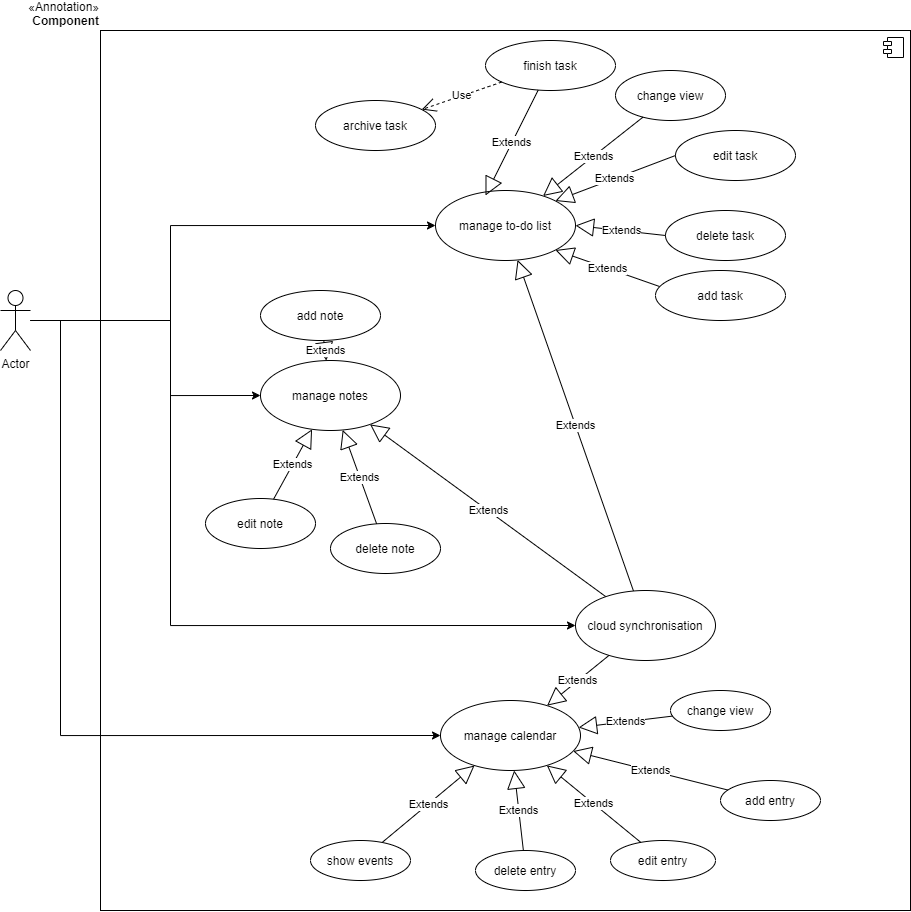
Hannes5612/OrgaTool keeps this draw.io diagram as UML/UML.png. Above is the earlier version. Source tidied: cells renumbered, new cells last; positions are measured from the earlier drawing's top-left corner, leaving out a move shared by most shapes. Its diagram source:
```xml
<mxGraphModel background="#ffffff">
  <root>
    <mxCell id="0" />
    <mxCell id="1" parent="0" />
    <mxCell id="2" value="&amp;laquo;Annotation&amp;raquo;&lt;br/&gt;&lt;b&gt;Component&lt;/b&gt;" style="html=1;labelPosition=left;verticalLabelPosition=top;align=right;verticalAlign=bottom;" parent="1" vertex="1">
      <mxGeometry x="100" width="810" height="880" as="geometry" />
    </mxCell>
    <mxCell id="3" style="shape=component;jettyWidth=8;jettyHeight=4;" parent="2" vertex="1">
      <mxGeometry x="1" width="20" height="20" relative="1" as="geometry">
        <mxPoint x="-27" y="7" as="offset" />
      </mxGeometry>
    </mxCell>
    <mxCell id="4" value="manage to-do list" style="ellipse;whiteSpace=wrap;html=1;" parent="1" vertex="1">
      <mxGeometry x="435" y="160" width="140" height="70" as="geometry" />
    </mxCell>
    <mxCell id="5" value="archive task" style="ellipse;whiteSpace=wrap;html=1;" parent="1" vertex="1">
      <mxGeometry x="315" y="70" width="120" height="50" as="geometry" />
    </mxCell>
    <mxCell id="6" value="manage notes" style="ellipse;whiteSpace=wrap;html=1;" parent="1" vertex="1">
      <mxGeometry x="260" y="330" width="140" height="70" as="geometry" />
    </mxCell>
    <mxCell id="7" value="Extends" style="endArrow=block;endSize=16;endFill=0;html=1;" parent="1" edge="1" source="9" target="4">
      <mxGeometry relative="1" as="geometry" />
    </mxCell>
    <mxCell id="8" value="Extends" style="endArrow=block;endSize=16;endFill=0;html=1;" parent="1" edge="1" source="9" target="6">
      <mxGeometry relative="1" as="geometry" />
    </mxCell>
    <mxCell id="9" value="cloud synchronisation" style="ellipse;whiteSpace=wrap;html=1;" parent="1" vertex="1">
      <mxGeometry x="575" y="560" width="140" height="70" as="geometry" />
    </mxCell>
    <mxCell id="10" value="add task" style="ellipse;whiteSpace=wrap;html=1;" parent="1" vertex="1">
      <mxGeometry x="655" y="240" width="130" height="50" as="geometry" />
    </mxCell>
    <mxCell id="11" value="delete task" style="ellipse;whiteSpace=wrap;html=1;" parent="1" vertex="1">
      <mxGeometry x="665" y="180" width="120" height="50" as="geometry" />
    </mxCell>
    <mxCell id="12" value="edit task" style="ellipse;whiteSpace=wrap;html=1;" parent="1" vertex="1">
      <mxGeometry x="675" y="100" width="120" height="50" as="geometry" />
    </mxCell>
    <mxCell id="13" value="Extends" style="endArrow=block;endSize=16;endFill=0;html=1;exitX=0.031;exitY=0.32;exitDx=0;exitDy=0;exitPerimeter=0;entryX=1;entryY=1;entryDx=0;entryDy=0;" parent="1" edge="1" source="10" target="4">
      <mxGeometry relative="1" as="geometry" />
    </mxCell>
    <mxCell id="14" value="Extends" style="endArrow=block;endSize=16;endFill=0;html=1;exitX=0;exitY=0.5;exitDx=0;exitDy=0;entryX=1;entryY=0.5;entryDx=0;entryDy=0;" parent="1" edge="1" source="11" target="4">
      <mxGeometry relative="1" as="geometry" />
    </mxCell>
    <mxCell id="15" value="Extends" style="endArrow=block;endSize=16;endFill=0;html=1;exitX=0;exitY=0.5;exitDx=0;exitDy=0;entryX=1;entryY=0;entryDx=0;entryDy=0;" parent="1" edge="1" source="12" target="4">
      <mxGeometry relative="1" as="geometry" />
    </mxCell>
    <mxCell id="16" value="finish task" style="ellipse;whiteSpace=wrap;html=1;" parent="1" vertex="1">
      <mxGeometry x="485" y="10" width="130" height="50" as="geometry" />
    </mxCell>
    <mxCell id="17" value="Extends" style="endArrow=block;endSize=16;endFill=0;html=1;entryX=0.357;entryY=0.071;entryDx=0;entryDy=0;entryPerimeter=0;" parent="1" edge="1" source="16" target="4">
      <mxGeometry relative="1" as="geometry" />
    </mxCell>
    <mxCell id="18" value="change view" style="ellipse;whiteSpace=wrap;html=1;" parent="1" vertex="1">
      <mxGeometry x="615" y="40" width="110" height="50" as="geometry" />
    </mxCell>
    <mxCell id="19" value="Extends" style="endArrow=block;endSize=16;endFill=0;html=1;" parent="1" edge="1" source="18" target="4">
      <mxGeometry relative="1" as="geometry" />
    </mxCell>
    <mxCell id="20" value="add note" style="ellipse;whiteSpace=wrap;html=1;" parent="1" vertex="1">
      <mxGeometry x="260" y="260" width="120" height="50" as="geometry" />
    </mxCell>
    <mxCell id="21" value="delete note" style="ellipse;whiteSpace=wrap;html=1;" parent="1" vertex="1">
      <mxGeometry x="330" y="493" width="110" height="50" as="geometry" />
    </mxCell>
    <mxCell id="22" value="edit&amp;nbsp;note" style="ellipse;whiteSpace=wrap;html=1;" parent="1" vertex="1">
      <mxGeometry x="205" y="468" width="110" height="50" as="geometry" />
    </mxCell>
    <mxCell id="23" value="Extends" style="endArrow=block;endSize=16;endFill=0;html=1;" parent="1" edge="1" source="21" target="6">
      <mxGeometry relative="1" as="geometry" />
    </mxCell>
    <mxCell id="24" value="Extends" style="endArrow=block;endSize=16;endFill=0;html=1;" parent="1" edge="1" source="22" target="6">
      <mxGeometry relative="1" as="geometry" />
    </mxCell>
    <mxCell id="25" value="Extends" style="endArrow=block;endSize=16;endFill=0;html=1;" parent="1" edge="1" source="20" target="6">
      <mxGeometry relative="1" as="geometry" />
    </mxCell>
    <mxCell id="26" value="manage calendar" style="ellipse;whiteSpace=wrap;html=1;" parent="1" vertex="1">
      <mxGeometry x="440" y="670" width="140" height="70" as="geometry" />
    </mxCell>
    <mxCell id="27" value="Extends" style="endArrow=block;endSize=16;endFill=0;html=1;" parent="1" edge="1" source="9" target="26">
      <mxGeometry relative="1" as="geometry" />
    </mxCell>
    <mxCell id="28" value="change view" style="ellipse;whiteSpace=wrap;html=1;" parent="1" vertex="1">
      <mxGeometry x="670" y="660" width="100" height="40" as="geometry" />
    </mxCell>
    <mxCell id="29" value="Extends" style="endArrow=block;endSize=16;endFill=0;html=1;" parent="1" edge="1" source="28" target="26">
      <mxGeometry relative="1" as="geometry" />
    </mxCell>
    <mxCell id="30" value="add entry" style="ellipse;whiteSpace=wrap;html=1;" parent="1" vertex="1">
      <mxGeometry x="720" y="750" width="100" height="40" as="geometry" />
    </mxCell>
    <mxCell id="31" value="Extends" style="endArrow=block;endSize=16;endFill=0;html=1;" parent="1" edge="1" source="30" target="26">
      <mxGeometry relative="1" as="geometry" />
    </mxCell>
    <mxCell id="32" value="edit entry" style="ellipse;whiteSpace=wrap;html=1;" parent="1" vertex="1">
      <mxGeometry x="610" y="810" width="105" height="40" as="geometry" />
    </mxCell>
    <mxCell id="33" value="Extends" style="endArrow=block;endSize=16;endFill=0;html=1;" parent="1" edge="1" source="32" target="26">
      <mxGeometry relative="1" as="geometry" />
    </mxCell>
    <mxCell id="34" value="delete entry" style="ellipse;whiteSpace=wrap;html=1;" parent="1" vertex="1">
      <mxGeometry x="475" y="820" width="100" height="40" as="geometry" />
    </mxCell>
    <mxCell id="35" value="Extends" style="endArrow=block;endSize=16;endFill=0;html=1;" parent="1" edge="1" source="34" target="26">
      <mxGeometry relative="1" as="geometry" />
    </mxCell>
    <mxCell id="36" value="Extends" style="endArrow=block;endSize=16;endFill=0;html=1;" parent="1" edge="1" source="37" target="26">
      <mxGeometry relative="1" as="geometry" />
    </mxCell>
    <mxCell id="37" value="show events" style="ellipse;whiteSpace=wrap;html=1;" parent="1" vertex="1">
      <mxGeometry x="310" y="810" width="100" height="40" as="geometry" />
    </mxCell>
    <mxCell id="38" style="edgeStyle=orthogonalEdgeStyle;rounded=0;jettySize=auto;html=1;entryX=0;entryY=0.5;entryDx=0;entryDy=0;" parent="1" edge="1" source="42" target="6">
      <mxGeometry relative="1" as="geometry">
        <Array as="points">
          <mxPoint x="170" y="290" />
          <mxPoint x="170" y="365" />
        </Array>
      </mxGeometry>
    </mxCell>
    <mxCell id="39" style="edgeStyle=orthogonalEdgeStyle;rounded=0;jettySize=auto;html=1;entryX=0;entryY=0.5;entryDx=0;entryDy=0;" parent="1" edge="1" source="42" target="26">
      <mxGeometry relative="1" as="geometry">
        <Array as="points">
          <mxPoint x="60" y="290" />
          <mxPoint x="60" y="705" />
        </Array>
      </mxGeometry>
    </mxCell>
    <mxCell id="40" style="edgeStyle=orthogonalEdgeStyle;rounded=0;jettySize=auto;html=1;entryX=0;entryY=0.5;entryDx=0;entryDy=0;" parent="1" edge="1" source="42" target="9">
      <mxGeometry relative="1" as="geometry">
        <Array as="points">
          <mxPoint x="170" y="290" />
          <mxPoint x="170" y="595" />
        </Array>
      </mxGeometry>
    </mxCell>
    <mxCell id="41" style="edgeStyle=orthogonalEdgeStyle;rounded=0;jettySize=auto;html=1;entryX=0;entryY=0.5;entryDx=0;entryDy=0;" parent="1" edge="1" source="42" target="4">
      <mxGeometry relative="1" as="geometry">
        <Array as="points">
          <mxPoint x="170" y="290" />
          <mxPoint x="170" y="195" />
        </Array>
      </mxGeometry>
    </mxCell>
    <mxCell id="42" value="Actor" style="shape=umlActor;verticalLabelPosition=bottom;labelBackgroundColor=#ffffff;verticalAlign=top;html=1;" parent="1" vertex="1">
      <mxGeometry y="260" width="30" height="60" as="geometry" />
    </mxCell>
    <mxCell id="43" value="Use" style="endArrow=open;endSize=12;dashed=1;html=1;" parent="1" edge="1" source="16" target="5">
      <mxGeometry relative="1" as="geometry" />
    </mxCell>
  </root>
</mxGraphModel>
```
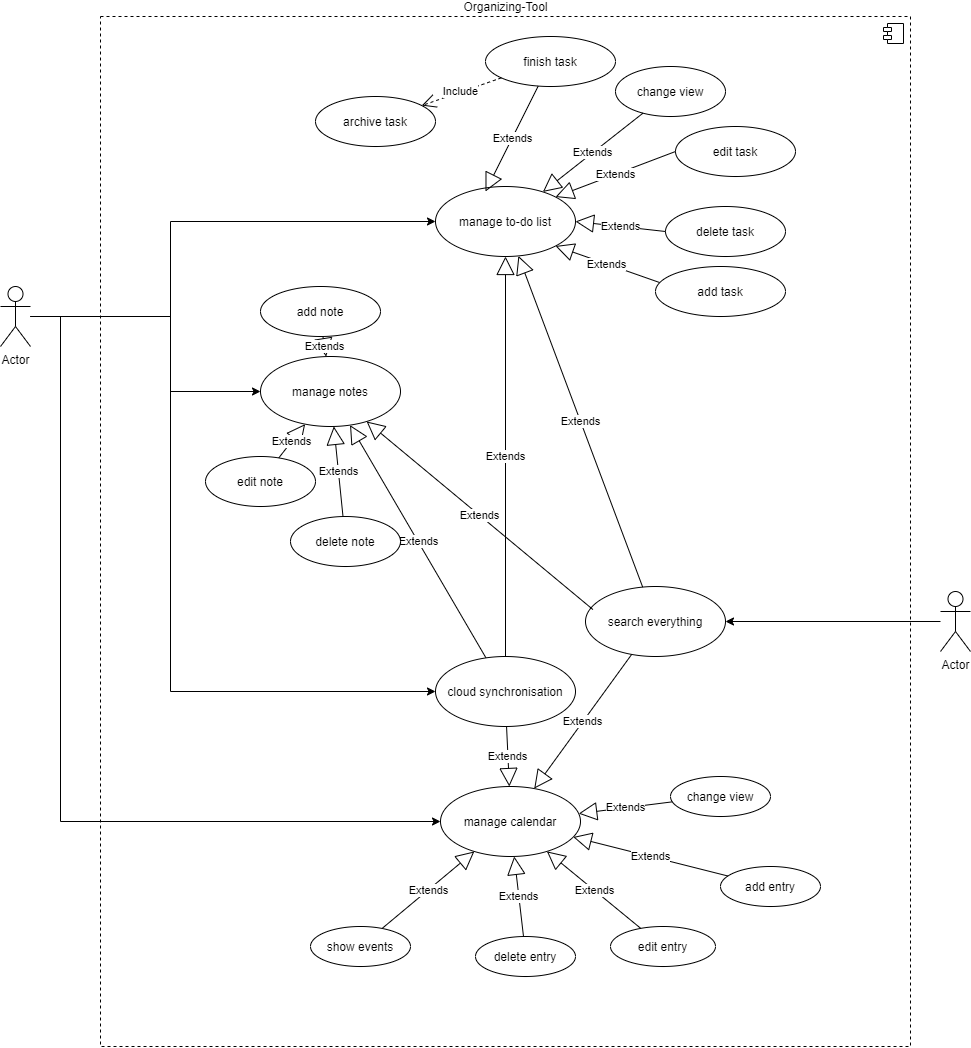
The same diagram one commit later.

Commit message:
added search functionality

Change to the diagram source:
```diff
@@ -2,8 +2,8 @@
   <root>
     <mxCell id="0" />
     <mxCell id="1" parent="0" />
-    <mxCell id="2" value="&amp;laquo;Annotation&amp;raquo;&lt;br/&gt;&lt;b&gt;Component&lt;/b&gt;" style="html=1;labelPosition=left;verticalLabelPosition=top;align=right;verticalAlign=bottom;" parent="1" vertex="1">
-      <mxGeometry x="100" width="810" height="880" as="geometry" />
+    <mxCell id="2" value="Organizing-Tool" style="html=1;labelPosition=center;verticalLabelPosition=top;align=center;verticalAlign=bottom;dashed=1;" parent="1" vertex="1">
+      <mxGeometry x="100" y="-10" width="810" height="1030" as="geometry" />
     </mxCell>
     <mxCell id="3" style="shape=component;jettyWidth=8;jettyHeight=4;" parent="2" vertex="1">
       <mxGeometry x="1" width="20" height="20" relative="1" as="geometry">
@@ -26,7 +26,7 @@
       <mxGeometry relative="1" as="geometry" />
     </mxCell>
     <mxCell id="9" value="cloud synchronisation" style="ellipse;whiteSpace=wrap;html=1;" parent="1" vertex="1">
-      <mxGeometry x="575" y="560" width="140" height="70" as="geometry" />
+      <mxGeometry x="435" y="630" width="140" height="70" as="geometry" />
     </mxCell>
     <mxCell id="10" value="add task" style="ellipse;whiteSpace=wrap;html=1;" parent="1" vertex="1">
       <mxGeometry x="655" y="240" width="130" height="50" as="geometry" />
@@ -62,10 +62,10 @@
       <mxGeometry x="260" y="260" width="120" height="50" as="geometry" />
     </mxCell>
     <mxCell id="21" value="delete note" style="ellipse;whiteSpace=wrap;html=1;" parent="1" vertex="1">
-      <mxGeometry x="330" y="493" width="110" height="50" as="geometry" />
+      <mxGeometry x="290" y="490" width="110" height="50" as="geometry" />
     </mxCell>
     <mxCell id="22" value="edit&amp;nbsp;note" style="ellipse;whiteSpace=wrap;html=1;" parent="1" vertex="1">
-      <mxGeometry x="205" y="468" width="110" height="50" as="geometry" />
+      <mxGeometry x="205" y="430" width="110" height="50" as="geometry" />
     </mxCell>
     <mxCell id="23" value="Extends" style="endArrow=block;endSize=16;endFill=0;html=1;" parent="1" edge="1" source="21" target="6">
       <mxGeometry relative="1" as="geometry" />
@@ -77,31 +77,31 @@
       <mxGeometry relative="1" as="geometry" />
     </mxCell>
     <mxCell id="26" value="manage calendar" style="ellipse;whiteSpace=wrap;html=1;" parent="1" vertex="1">
-      <mxGeometry x="440" y="670" width="140" height="70" as="geometry" />
+      <mxGeometry x="440" y="760" width="140" height="70" as="geometry" />
     </mxCell>
     <mxCell id="27" value="Extends" style="endArrow=block;endSize=16;endFill=0;html=1;" parent="1" edge="1" source="9" target="26">
       <mxGeometry relative="1" as="geometry" />
     </mxCell>
     <mxCell id="28" value="change view" style="ellipse;whiteSpace=wrap;html=1;" parent="1" vertex="1">
-      <mxGeometry x="670" y="660" width="100" height="40" as="geometry" />
+      <mxGeometry x="670" y="750" width="100" height="40" as="geometry" />
     </mxCell>
     <mxCell id="29" value="Extends" style="endArrow=block;endSize=16;endFill=0;html=1;" parent="1" edge="1" source="28" target="26">
       <mxGeometry relative="1" as="geometry" />
     </mxCell>
     <mxCell id="30" value="add entry" style="ellipse;whiteSpace=wrap;html=1;" parent="1" vertex="1">
-      <mxGeometry x="720" y="750" width="100" height="40" as="geometry" />
+      <mxGeometry x="720" y="840" width="100" height="40" as="geometry" />
     </mxCell>
     <mxCell id="31" value="Extends" style="endArrow=block;endSize=16;endFill=0;html=1;" parent="1" edge="1" source="30" target="26">
       <mxGeometry relative="1" as="geometry" />
     </mxCell>
     <mxCell id="32" value="edit entry" style="ellipse;whiteSpace=wrap;html=1;" parent="1" vertex="1">
-      <mxGeometry x="610" y="810" width="105" height="40" as="geometry" />
+      <mxGeometry x="610" y="900" width="105" height="40" as="geometry" />
     </mxCell>
     <mxCell id="33" value="Extends" style="endArrow=block;endSize=16;endFill=0;html=1;" parent="1" edge="1" source="32" target="26">
       <mxGeometry relative="1" as="geometry" />
     </mxCell>
     <mxCell id="34" value="delete entry" style="ellipse;whiteSpace=wrap;html=1;" parent="1" vertex="1">
-      <mxGeometry x="475" y="820" width="100" height="40" as="geometry" />
+      <mxGeometry x="475" y="910" width="100" height="40" as="geometry" />
     </mxCell>
     <mxCell id="35" value="Extends" style="endArrow=block;endSize=16;endFill=0;html=1;" parent="1" edge="1" source="34" target="26">
       <mxGeometry relative="1" as="geometry" />
@@ -110,7 +110,7 @@
       <mxGeometry relative="1" as="geometry" />
     </mxCell>
     <mxCell id="37" value="show events" style="ellipse;whiteSpace=wrap;html=1;" parent="1" vertex="1">
-      <mxGeometry x="310" y="810" width="100" height="40" as="geometry" />
+      <mxGeometry x="310" y="900" width="100" height="40" as="geometry" />
     </mxCell>
     <mxCell id="38" style="edgeStyle=orthogonalEdgeStyle;rounded=0;jettySize=auto;html=1;entryX=0;entryY=0.5;entryDx=0;entryDy=0;" parent="1" edge="1" source="42" target="6">
       <mxGeometry relative="1" as="geometry">
@@ -124,7 +124,7 @@
       <mxGeometry relative="1" as="geometry">
         <Array as="points">
           <mxPoint x="60" y="290" />
-          <mxPoint x="60" y="705" />
+          <mxPoint x="60" y="795" />
         </Array>
       </mxGeometry>
     </mxCell>
@@ -132,7 +132,7 @@
       <mxGeometry relative="1" as="geometry">
         <Array as="points">
           <mxPoint x="170" y="290" />
-          <mxPoint x="170" y="595" />
+          <mxPoint x="170" y="665" />
         </Array>
       </mxGeometry>
     </mxCell>
@@ -147,8 +147,26 @@
     <mxCell id="42" value="Actor" style="shape=umlActor;verticalLabelPosition=bottom;labelBackgroundColor=#ffffff;verticalAlign=top;html=1;" parent="1" vertex="1">
       <mxGeometry y="260" width="30" height="60" as="geometry" />
     </mxCell>
-    <mxCell id="43" value="Use" style="endArrow=open;endSize=12;dashed=1;html=1;" parent="1" edge="1" source="16" target="5">
+    <mxCell id="43" value="Include" style="endArrow=open;endSize=12;dashed=1;html=1;" parent="1" edge="1" source="16" target="5">
       <mxGeometry relative="1" as="geometry" />
     </mxCell>
+    <mxCell id="44" value="search everything" style="ellipse;whiteSpace=wrap;html=1;" parent="1" vertex="1">
+      <mxGeometry x="585" y="560" width="140" height="70" as="geometry" />
+    </mxCell>
+    <mxCell id="45" value="Extends" style="endArrow=block;endSize=16;endFill=0;html=1;" parent="1" edge="1" source="44" target="26">
+      <mxGeometry relative="1" as="geometry" />
+    </mxCell>
+    <mxCell id="46" value="Extends" style="endArrow=block;endSize=16;endFill=0;html=1;exitX=0.053;exitY=0.329;exitDx=0;exitDy=0;exitPerimeter=0;" parent="1" edge="1" source="44" target="6">
+      <mxGeometry relative="1" as="geometry" />
+    </mxCell>
+    <mxCell id="47" value="Extends" style="endArrow=block;endSize=16;endFill=0;html=1;" parent="1" edge="1" source="44" target="4">
+      <mxGeometry relative="1" as="geometry" />
+    </mxCell>
+    <mxCell id="48" style="edgeStyle=orthogonalEdgeStyle;rounded=0;jettySize=auto;html=1;entryX=1;entryY=0.5;entryDx=0;entryDy=0;" parent="1" edge="1" source="49" target="44">
+      <mxGeometry relative="1" as="geometry" />
+    </mxCell>
+    <mxCell id="49" value="Actor" style="shape=umlActor;verticalLabelPosition=bottom;labelBackgroundColor=#ffffff;verticalAlign=top;html=1;" parent="1" vertex="1">
+      <mxGeometry x="940" y="565" width="30" height="60" as="geometry" />
+    </mxCell>
   </root>
 </mxGraphModel>
```
